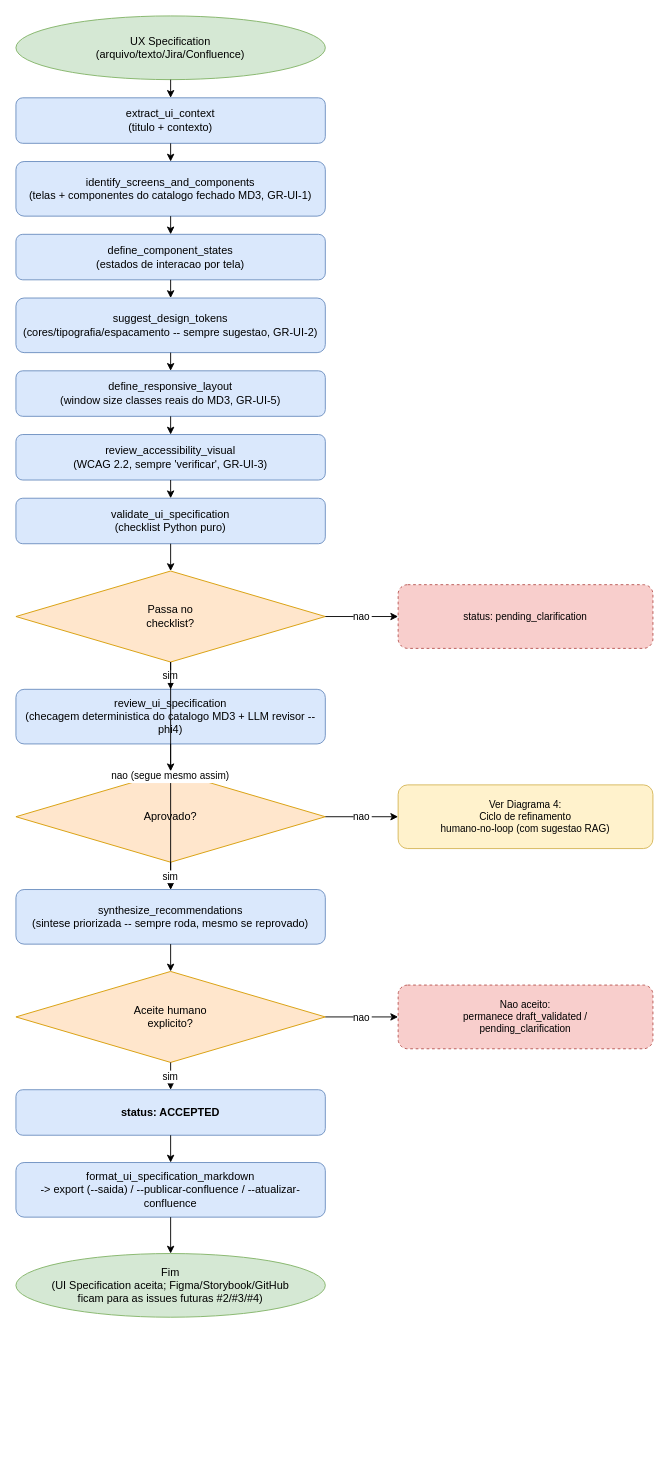
Above: page "2 - Fluxo da UI Specification" (2 of 5) of docs/architecture/architecture.drawio in dufelizardo/AQuA-QE-UI-Designer (draw.io), before the change. Source tidied: cells renumbered, new cells numbered last; positions are measured from the earlier drawing's top-left corner, leaving out a move shared by most shapes. Both pictures are drawn from the tidied source at 91%, with x=0, y=0 at pixel (15, 15).
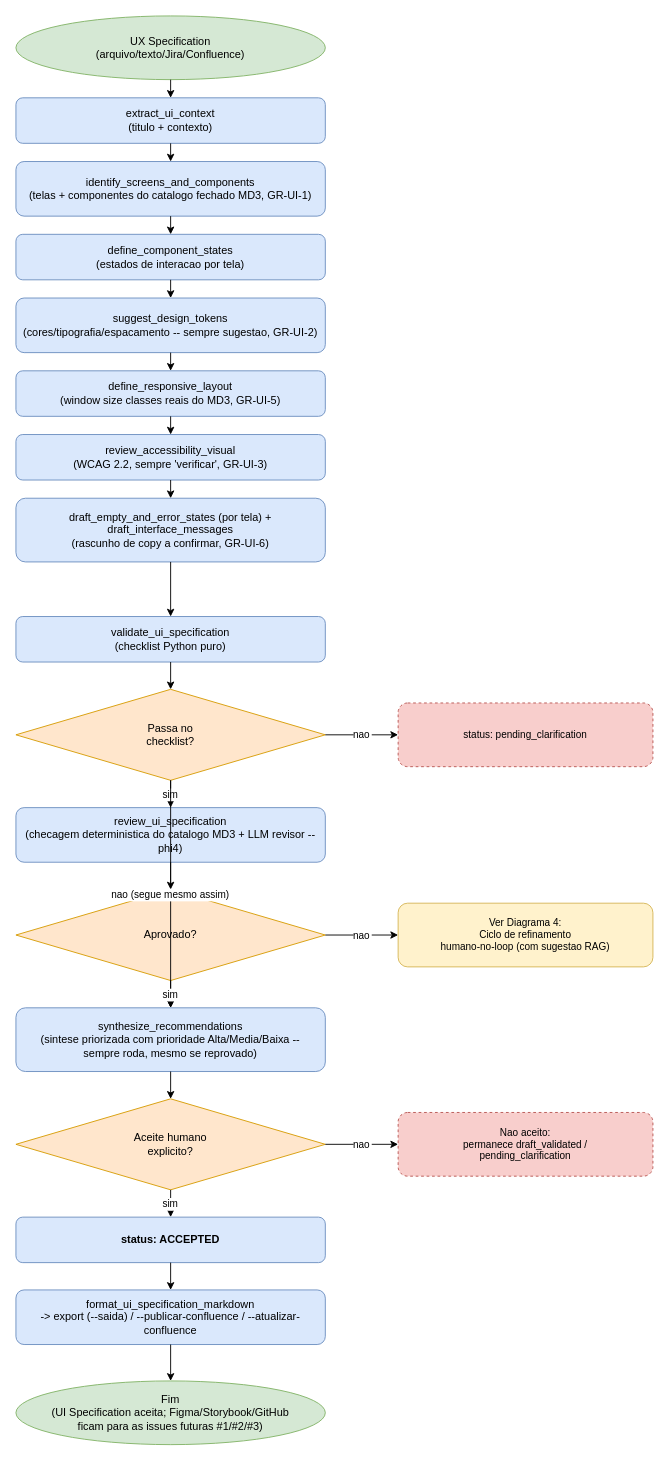
The same diagram, later.

Commit message (it also covers changes not shown here):
docs: atualiza docs/architecture/ para as novas skills/guardrails

The change refers to these unchanged cells:
```xml
<mxCell id="8" value="review_accessibility_visual&#10;(WCAG 2.2, sempre 'verificar', GR-UI-3)" style="rounded=1;whiteSpace=wrap;fillColor=#dae8fc;strokeColor=#6c8ebf;fontSize=12;" parent="1" vertex="1">
  <mxGeometry y="460" width="340" height="50" as="geometry" />
</mxCell>
```

Change to the diagram source:
```diff
@@
+    <mxCell id="40" value="draft_empty_and_error_states (por tela) +&#10;draft_interface_messages&#10;(rascunho de copy a confirmar, GR-UI-6)" style="rounded=1;whiteSpace=wrap;fillColor=#dae8fc;strokeColor=#6c8ebf;fontSize=12;" parent="1" vertex="1">
+      <mxGeometry y="530" width="340" height="70" as="geometry" />
+    </mxCell>
     <mxCell id="9" value="validate_ui_specification&#10;(checklist Python puro)" style="rounded=1;whiteSpace=wrap;fillColor=#dae8fc;strokeColor=#6c8ebf;fontSize=12;" parent="1" vertex="1">
-      <mxGeometry y="530" width="340" height="50" as="geometry" />
+      <mxGeometry y="660" width="340" height="50" as="geometry" />
     </mxCell>
     <mxCell id="10" value="Passa no&#10;checklist?" style="rhombus;whiteSpace=wrap;fillColor=#ffe6cc;strokeColor=#d79b00;fontSize=12;" parent="1" vertex="1">
-      <mxGeometry y="610" width="340" height="100" as="geometry" />
+      <mxGeometry y="740" width="340" height="100" as="geometry" />
     </mxCell>
     <mxCell id="11" value="status: pending_clarification" style="rounded=1;whiteSpace=wrap;fillColor=#f8cecc;strokeColor=#b85450;fontSize=11;dashed=1;" parent="1" vertex="1">
-      <mxGeometry x="420" y="625" width="280" height="70" as="geometry" />
+      <mxGeometry x="420" y="755" width="280" height="70" as="geometry" />
     </mxCell>
     <mxCell id="12" value="review_ui_specification&#10;(checagem deterministica do catalogo MD3 + LLM revisor -- phi4)" style="rounded=1;whiteSpace=wrap;fillColor=#dae8fc;strokeColor=#6c8ebf;fontSize=12;" parent="1" vertex="1">
-      <mxGeometry y="740" width="340" height="60" as="geometry" />
+      <mxGeometry y="870" width="340" height="60" as="geometry" />
     </mxCell>
     <mxCell id="13" value="Aprovado?" style="rhombus;whiteSpace=wrap;fillColor=#ffe6cc;strokeColor=#d79b00;fontSize=12;" parent="1" vertex="1">
-      <mxGeometry y="830" width="340" height="100" as="geometry" />
+      <mxGeometry y="960" width="340" height="100" as="geometry" />
     </mxCell>
     <mxCell id="14" value="Ver Diagrama 4:&#10;Ciclo de refinamento&#10;humano-no-loop (com sugestao RAG)" style="rounded=1;whiteSpace=wrap;fillColor=#fff2cc;strokeColor=#d6b656;fontSize=11;" parent="1" vertex="1">
-      <mxGeometry x="420" y="845" width="280" height="70" as="geometry" />
+      <mxGeometry x="420" y="975" width="280" height="70" as="geometry" />
     </mxCell>
-    <mxCell id="15" value="synthesize_recommendations&#10;(sintese priorizada -- sempre roda, mesmo se reprovado)" style="rounded=1;whiteSpace=wrap;fillColor=#dae8fc;strokeColor=#6c8ebf;fontSize=12;" parent="1" vertex="1">
-      <mxGeometry y="960" width="340" height="60" as="geometry" />
+    <mxCell id="15" value="synthesize_recommendations&#10;(sintese priorizada com prioridade Alta/Media/Baixa --&#10;sempre roda, mesmo se reprovado)" style="rounded=1;whiteSpace=wrap;fillColor=#dae8fc;strokeColor=#6c8ebf;fontSize=12;" parent="1" vertex="1">
+      <mxGeometry y="1090" width="340" height="70" as="geometry" />
     </mxCell>
     <mxCell id="16" value="Aceite humano&#10;explicito?" style="rhombus;whiteSpace=wrap;fillColor=#ffe6cc;strokeColor=#d79b00;fontSize=12;" parent="1" vertex="1">
-      <mxGeometry y="1050" width="340" height="100" as="geometry" />
+      <mxGeometry y="1190" width="340" height="100" as="geometry" />
     </mxCell>
     <mxCell id="17" value="Nao aceito:&#10;permanece draft_validated /&#10;pending_clarification" style="rounded=1;whiteSpace=wrap;fillColor=#f8cecc;strokeColor=#b85450;fontSize=11;dashed=1;" parent="1" vertex="1">
-      <mxGeometry x="420" y="1065" width="280" height="70" as="geometry" />
+      <mxGeometry x="420" y="1205" width="280" height="70" as="geometry" />
     </mxCell>
     <mxCell id="18" value="status: ACCEPTED" style="rounded=1;whiteSpace=wrap;fillColor=#dae8fc;strokeColor=#6c8ebf;fontSize=12;fontStyle=1;" parent="1" vertex="1">
-      <mxGeometry y="1180" width="340" height="50" as="geometry" />
+      <mxGeometry y="1320" width="340" height="50" as="geometry" />
     </mxCell>
     <mxCell id="19" value="format_ui_specification_markdown&#10;-&gt; export (--saida) / --publicar-confluence / --atualizar-confluence" style="rounded=1;whiteSpace=wrap;fillColor=#dae8fc;strokeColor=#6c8ebf;fontSize=12;" parent="1" vertex="1">
-      <mxGeometry y="1260" width="340" height="60" as="geometry" />
+      <mxGeometry y="1400" width="340" height="60" as="geometry" />
     </mxCell>
-    <mxCell id="20" value="Fim&#10;(UI Specification aceita; Figma/Storybook/GitHub&#10;ficam para as issues futuras #2/#3/#4)" style="ellipse;whiteSpace=wrap;fillColor=#d5e8d4;strokeColor=#82b366;fontSize=12;" parent="1" vertex="1">
-      <mxGeometry y="1360" width="340" height="70" as="geometry" />
+    <mxCell id="20" value="Fim&#10;(UI Specification aceita; Figma/Storybook/GitHub&#10;ficam para as issues futuras #1/#2/#3)" style="ellipse;whiteSpace=wrap;fillColor=#d5e8d4;strokeColor=#82b366;fontSize=12;" parent="1" vertex="1">
+      <mxGeometry y="1500" width="340" height="70" as="geometry" />
     </mxCell>
@@
-    <mxCell id="27" style="edgeStyle=orthogonalEdgeStyle;rounded=0;" parent="1" edge="1" source="8" target="9">
+    <mxCell id="27" style="edgeStyle=orthogonalEdgeStyle;rounded=0;" parent="1" edge="1" source="8" target="40">
       <mxGeometry relative="1" as="geometry" />
     </mxCell>
+    <mxCell id="41" style="edgeStyle=orthogonalEdgeStyle;rounded=0;" parent="1" edge="1" source="40" target="9">
+      <mxGeometry relative="1" as="geometry" />
+    </mxCell>
```
